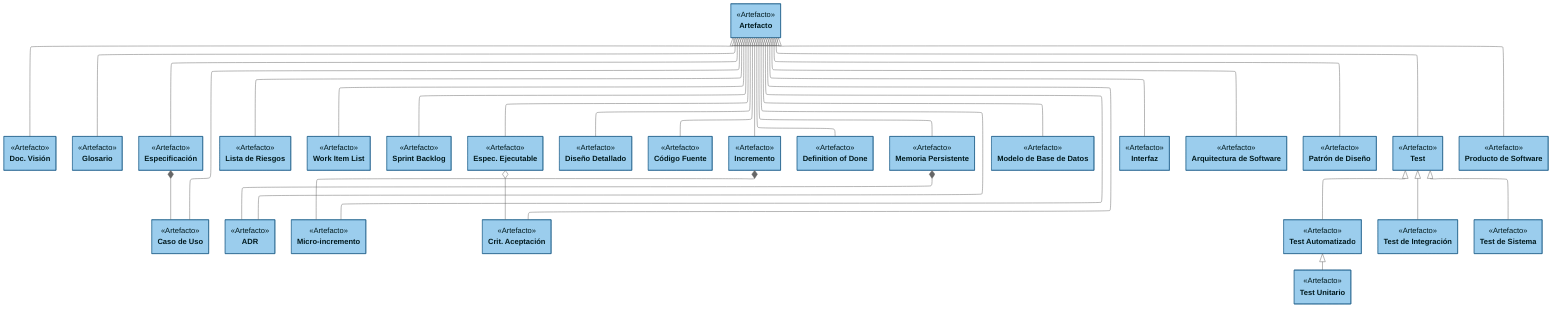
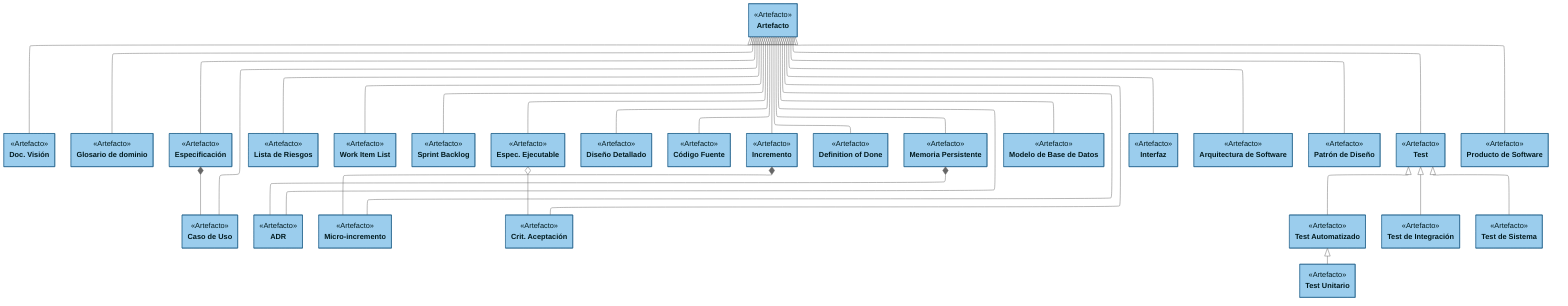
---
config:
    layout: elk
    class:
        hideEmptyMembersBox: true
    theme: neutral
---
classDiagram
class Artefacto["Artefacto"]:::artefacto {
    <<Artefacto>>
}
class DocVision["Doc. Visión"]:::artefacto {
    <<Artefacto>>
}
- class Glosario["Glosario"]:::artefacto {
+ class Glosario["Glosario de dominio"]:::artefacto {
    <<Artefacto>>
}
class CasoUso["Caso de Uso"]:::artefacto {
    <<Artefacto>>
}
class Especificacion["Especificación"]:::artefacto {
    <<Artefacto>>
}
class ListaRiesgos["Lista de Riesgos"]:::artefacto {
    <<Artefacto>>
}
class WorkItemList["Work Item List"]:::artefacto {
    <<Artefacto>>
}
class SprintBacklog["Sprint Backlog"]:::artefacto {
    <<Artefacto>>
}
class EspecEjecutable["Espec. Ejecutable"]:::artefacto {
    <<Artefacto>>
}
class ADR["ADR"]:::artefacto {
    <<Artefacto>>
}
class DisenioDetallado["Diseño Detallado"]:::artefacto {
    <<Artefacto>>
}
class CodigoFuente["Código Fuente"]:::artefacto {
    <<Artefacto>>
}
class MicroIncremento["Micro-incremento"]:::artefacto {
    <<Artefacto>>
}
class Incremento["Incremento"]:::artefacto {
    <<Artefacto>>
}
class CriteriosAceptacion["Crit. Aceptación"]:::artefacto {
    <<Artefacto>>
}
class TestAutomatizado["Test Automatizado"]:::artefacto {
    <<Artefacto>>
}
class DoD["Definition of Done"]:::artefacto {
    <<Artefacto>>
}
class MemoriaPersistente["Memoria Persistente"]:::artefacto {
    <<Artefacto>>
}
class ModeloBBDD["Modelo de Base de Datos"]:::artefacto {
    <<Artefacto>>
}
class Interfaz["Interfaz"]:::artefacto {
    <<Artefacto>>
}
class ArquitecturaSoftware["Arquitectura de Software"]:::artefacto {
    <<Artefacto>>
}
class PatronDisenio["Patrón de Diseño"]:::artefacto {
    <<Artefacto>>
}
class Test["Test"]:::artefacto {
    <<Artefacto>>
}
class TestUnitario["Test Unitario"]:::artefacto {
    <<Artefacto>>
}
class TestIntegracion["Test de Integración"]:::artefacto {
    <<Artefacto>>
}
class TestSistema["Test de Sistema"]:::artefacto {
    <<Artefacto>>
}
class ProductoSoftware["Producto de Software"]:::artefacto {
    <<Artefacto>>
}

Artefacto <|-- DocVision
Artefacto <|-- Glosario
Artefacto <|-- CasoUso
Artefacto <|-- Especificacion
Artefacto <|-- ListaRiesgos
Artefacto <|-- WorkItemList
Artefacto <|-- SprintBacklog
Artefacto <|-- EspecEjecutable
Artefacto <|-- ADR
Artefacto <|-- DisenioDetallado
Artefacto <|-- CodigoFuente
Artefacto <|-- MicroIncremento
Artefacto <|-- Incremento
Artefacto <|-- CriteriosAceptacion
Artefacto <|-- Test
Artefacto <|-- DoD
Artefacto <|-- MemoriaPersistente
Artefacto <|-- ModeloBBDD
Artefacto <|-- Interfaz
Artefacto <|-- ArquitecturaSoftware
Artefacto <|-- PatronDisenio
Artefacto <|-- ProductoSoftware
Test <|-- TestAutomatizado
TestAutomatizado <|-- TestUnitario
Test <|-- TestIntegracion
Test <|-- TestSistema
Especificacion *-- CasoUso
EspecEjecutable o-- CriteriosAceptacion
MemoriaPersistente *-- ADR
Incremento *-- MicroIncremento


classDef artefacto fill: #9BCDED,stroke:#21618C,color:#001a1e